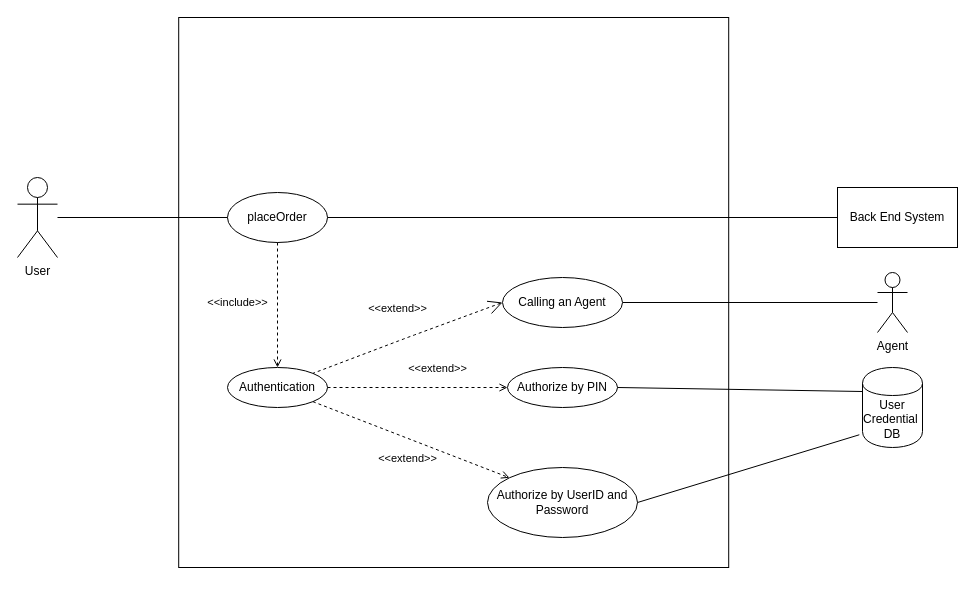
The draw.io diagram Project/Deliverable 1/Untitled Diagram.drawio in pmahon3/CS2212, before the edit. Source tidied: cells renumbered, new cells numbered last; positions are measured from the earlier drawing's top-left corner, leaving out a move shared by most shapes. Both pictures are drawn from the tidied source at 100%, with x=0, y=0 at pixel (17, 17).
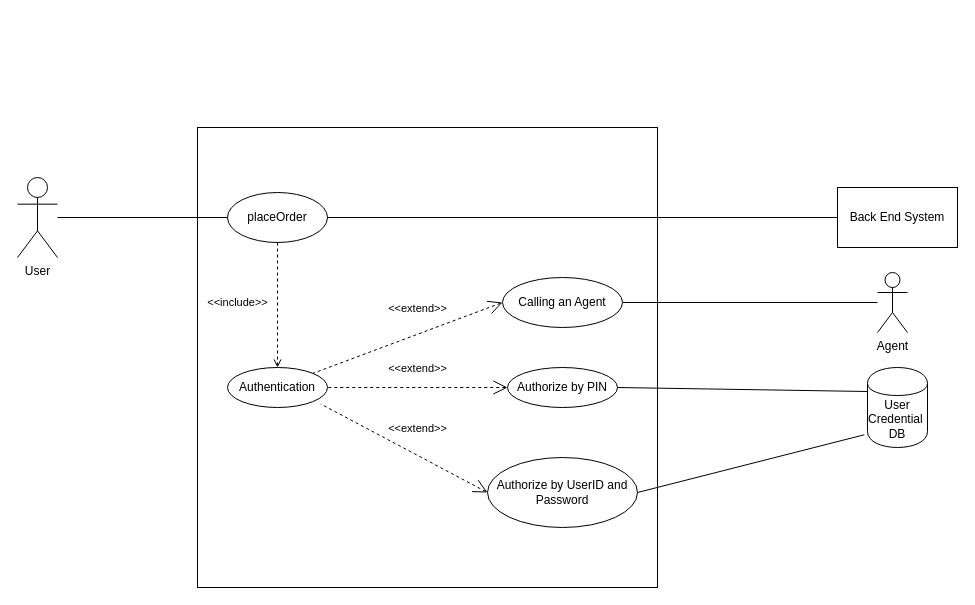
Above is the later version.

The change refers to these unchanged cells:
```xml
<mxCell id="6" value="Authentication" style="ellipse;whiteSpace=wrap;html=1;" parent="1" vertex="1">
  <mxGeometry x="210" y="350" width="100" height="40" as="geometry" />
</mxCell>
<mxCell id="9" value="Authorize by PIN" style="ellipse;whiteSpace=wrap;html=1;" parent="1" vertex="1">
  <mxGeometry x="490" y="350" width="110" height="40" as="geometry" />
</mxCell>
<mxCell id="19" value="Calling an Agent" style="ellipse;whiteSpace=wrap;html=1;" parent="1" vertex="1">
  <mxGeometry x="485" y="260" width="120" height="50" as="geometry" />
</mxCell>
```

Change to the diagram source:
```diff
@@
     <mxCell id="3" style="whiteSpace=wrap;html=1;fillColor=none;" parent="1" vertex="1">
-      <mxGeometry x="161.2" width="550" height="550" as="geometry" />
+      <mxGeometry x="180" y="110" width="460" height="460" as="geometry" />
     </mxCell>
@@
-    <mxCell id="8" value="&amp;lt;&amp;lt;extend&amp;gt;&amp;gt;" style="edgeStyle=none;html=1;endArrow=open;verticalAlign=bottom;dashed=1;labelBackgroundColor=none;entryX=0;entryY=0.5;entryDx=0;entryDy=0;exitX=1;exitY=0.5;exitDx=0;exitDy=0;" parent="1" edge="1" source="6" target="9">
-      <mxGeometry x="0.22" y="10" relative="1" as="geometry" />
-    </mxCell>
@@
     <mxCell id="10" value="Authorize by UserID and Password" style="ellipse;whiteSpace=wrap;html=1;" parent="1" vertex="1">
-      <mxGeometry x="470" y="450" width="150" height="70" as="geometry" />
+      <mxGeometry x="470" y="440" width="150" height="70" as="geometry" />
     </mxCell>
-    <mxCell id="11" value="&amp;lt;&amp;lt;extend&amp;gt;&amp;gt;" style="edgeStyle=none;html=1;endArrow=open;verticalAlign=bottom;dashed=1;labelBackgroundColor=none;exitX=1;exitY=1;exitDx=0;exitDy=0;entryX=0;entryY=0;entryDx=0;entryDy=0;" parent="1" edge="1" source="6" target="10">
-      <mxGeometry x="0.06" y="-27" relative="1" as="geometry" />
-    </mxCell>
     <mxCell id="12" value="User Credential&amp;nbsp;&lt;br&gt;DB" style="shape=cylinder;whiteSpace=wrap;html=1;boundedLbl=1;backgroundOutline=1;" parent="1" vertex="1">
-      <mxGeometry x="845" y="350" width="60" height="80" as="geometry" />
+      <mxGeometry x="850" y="350" width="60" height="80" as="geometry" />
     </mxCell>
@@
-    <mxCell id="20" value="&amp;lt;&amp;lt;extend&amp;gt;&amp;gt;" style="edgeStyle=none;html=1;startArrow=open;endArrow=none;startSize=12;verticalAlign=bottom;dashed=1;labelBackgroundColor=none;entryX=1;entryY=0;entryDx=0;entryDy=0;exitX=0;exitY=0.5;exitDx=0;exitDy=0;" parent="1" edge="1" source="19" target="6">
-      <mxGeometry y="-22" relative="1" as="geometry">
-        <Array as="points">
-          <mxPoint x="390" y="320" />
-        </Array>
-        <mxPoint x="-2" y="1" as="offset" />
-      </mxGeometry>
+    <mxCell id="20" value="&amp;lt;&amp;lt;extend&amp;gt;&amp;gt;" style="edgeStyle=none;html=1;startArrow=open;endArrow=none;startSize=12;verticalAlign=bottom;dashed=1;labelBackgroundColor=none;exitX=0;exitY=0.5;exitDx=0;exitDy=0;entryX=1;entryY=0.5;entryDx=0;entryDy=0;" parent="1" edge="1" source="9" target="6">
+      <mxGeometry y="-10" relative="1" as="geometry" />
     </mxCell>
+    <mxCell id="21" value="&amp;lt;&amp;lt;extend&amp;gt;&amp;gt;" style="edgeStyle=none;html=1;startArrow=open;endArrow=none;startSize=12;verticalAlign=bottom;dashed=1;labelBackgroundColor=none;entryX=0.932;entryY=0.912;entryDx=0;entryDy=0;entryPerimeter=0;exitX=0;exitY=0.5;exitDx=0;exitDy=0;" parent="1" edge="1" source="10" target="6">
+      <mxGeometry x="-0.07" y="-16" relative="1" as="geometry" />
+    </mxCell>
+    <mxCell id="22" value="&amp;lt;&amp;lt;extend&amp;gt;&amp;gt;" style="edgeStyle=none;html=1;startArrow=open;endArrow=none;startSize=12;verticalAlign=bottom;dashed=1;labelBackgroundColor=none;entryX=1;entryY=0;entryDx=0;entryDy=0;exitX=0;exitY=0.5;exitDx=0;exitDy=0;" parent="1" edge="1" source="19" target="6">
+      <mxGeometry x="-0.16" y="-16" relative="1" as="geometry" />
+    </mxCell>
```
